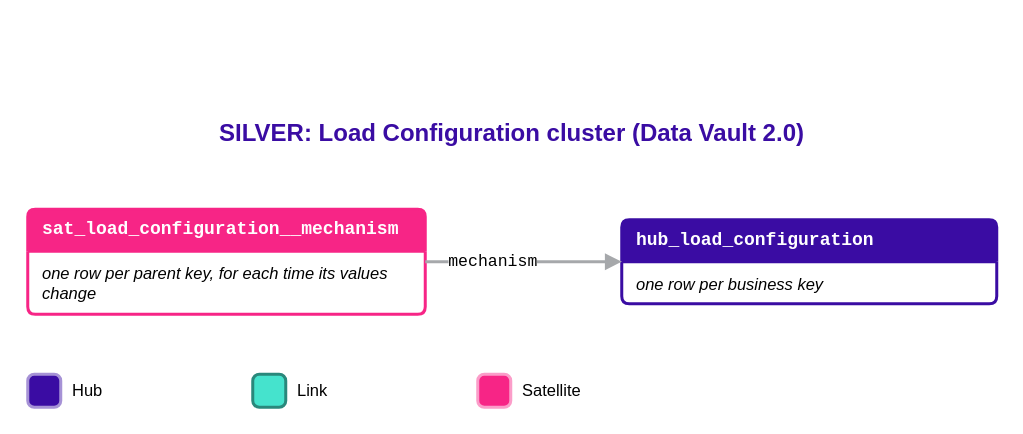
The draw.io diagram Rosetta/Business_Objects/drawio/Diagrams_Load_Configuration_Simplified.drawio in luisruizML/documents, before the edit. Source tidied: cells renumbered, new cells numbered last; positions are measured from the earlier drawing's top-left corner, leaving out a move shared by most shapes. Both pictures are drawn from the tidied source at 150%, with x=0, y=0 at pixel (27, 110).
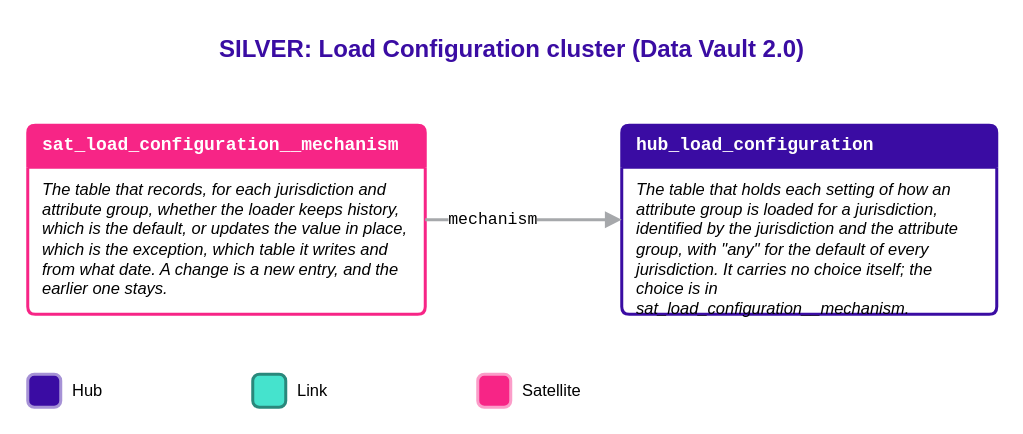
The same diagram, later.

Diff of the diagram source:
```diff
@@
 <mxGraphModel background="#FFFFFF">
   <root>
     <mxCell id="0" />
     <mxCell id="1" parent="0" />
     <mxCell id="2" value="SILVER: Load Configuration cluster (Data Vault 2.0)" style="text;html=1;whiteSpace=wrap;align=center;verticalAlign=middle;fontFamily=Mulish;fontStyle=1;fontSize=16;fontColor=#3A0CA3;" parent="1" vertex="1">
-      <mxGeometry width="646" height="30" as="geometry" />
+      <mxGeometry y="-56" width="646" height="30" as="geometry" />
     </mxCell>
     <mxCell id="3" value="hub_load_configuration" style="swimlane;html=1;whiteSpace=wrap;rounded=1;arcSize=6;startSize=28;fillColor=#3A0CA3;swimlaneFillColor=#FFFFFF;strokeColor=#3A0CA3;strokeWidth=2;fontFamily=Courier New;fontSize=12;fontStyle=1;fontColor=#FFFFFF;align=left;spacingLeft=8;" parent="1" vertex="1">
-      <mxGeometry x="396" y="73" width="250" height="56" as="geometry" />
+      <mxGeometry x="396" y="10" width="250" height="126" as="geometry" />
     </mxCell>
-    <mxCell id="4" value="one row per business key" style="text;html=1;whiteSpace=wrap;align=left;verticalAlign=top;fontFamily=Arial;fontSize=11;fontStyle=2;fontColor=#000000;spacingLeft=8;spacingRight=8;" parent="3" vertex="1">
-      <mxGeometry y="30" width="250" height="20" as="geometry" />
+    <mxCell id="4" value="The table that holds each setting of how an attribute group is loaded for a jurisdiction, identified by the jurisdiction and the attribute group, with &quot;any&quot; for the default of every jurisdiction. It carries no choice itself; the choice is in sat_load_configuration__mechanism." style="text;html=1;whiteSpace=wrap;align=left;verticalAlign=top;fontFamily=Arial;fontSize=11;fontStyle=2;fontColor=#000000;spacingLeft=8;spacingRight=8;" parent="3" vertex="1">
+      <mxGeometry y="30" width="250" height="90" as="geometry" />
     </mxCell>
     <mxCell id="5" value="sat_load_configuration__mechanism" style="swimlane;html=1;whiteSpace=wrap;rounded=1;arcSize=6;startSize=28;fillColor=#F72586;swimlaneFillColor=#FFFFFF;strokeColor=#F72586;strokeWidth=2;fontFamily=Courier New;fontSize=12;fontStyle=1;fontColor=#FFFFFF;align=left;spacingLeft=8;" parent="1" vertex="1">
-      <mxGeometry y="66" width="265" height="70" as="geometry" />
+      <mxGeometry y="10" width="265" height="126" as="geometry" />
     </mxCell>
-    <mxCell id="6" value="one row per parent key, for each time its values change" style="text;html=1;whiteSpace=wrap;align=left;verticalAlign=top;fontFamily=Arial;fontSize=11;fontStyle=2;fontColor=#000000;spacingLeft=8;spacingRight=8;" parent="5" vertex="1">
-      <mxGeometry y="30" width="265" height="34" as="geometry" />
+    <mxCell id="6" value="The table that records, for each jurisdiction and attribute group, whether the loader keeps history, which is the default, or updates the value in place, which is the exception, which table it writes and from what date. A change is a new entry, and the earlier one stays." style="text;html=1;whiteSpace=wrap;align=left;verticalAlign=top;fontFamily=Arial;fontSize=11;fontStyle=2;fontColor=#000000;spacingLeft=8;spacingRight=8;" parent="5" vertex="1">
+      <mxGeometry y="30" width="265" height="90" as="geometry" />
     </mxCell>
     <mxCell id="7" value="mechanism" style="edgeStyle=orthogonalEdgeStyle;rounded=1;jumpStyle=arc;jumpSize=8;html=1;strokeColor=#A6A8AB;strokeWidth=2;endArrow=block;endFill=1;exitX=1;exitY=0.5;exitDx=0;exitDy=0;entryX=0;entryY=0.5;entryDx=0;entryDy=0;labelBackgroundColor=#FFFFFF;fontFamily=Courier New;fontSize=11;fontColor=#000000;" parent="1" edge="1" source="5" target="3">
       <mxGeometry x="-0.32" relative="1" as="geometry" />
     </mxCell>
     <mxCell id="8" style="rounded=1;arcSize=20;fillColor=#3A0CA3;strokeColor=#A692D6;strokeWidth=2;" parent="1" vertex="1">
       <mxGeometry y="176" width="22" height="22" as="geometry" />
     </mxCell>
     <mxCell id="9" value="Hub" style="text;html=1;align=left;verticalAlign=middle;fontFamily=Arial;fontSize=11;fontColor=#000000;" parent="1" vertex="1">
       <mxGeometry x="28" y="176" width="110" height="22" as="geometry" />
     </mxCell>
     <mxCell id="10" style="rounded=1;arcSize=20;fillColor=#45E3CD;strokeColor=#29887B;strokeWidth=2;" parent="1" vertex="1">
       <mxGeometry x="150" y="176" width="22" height="22" as="geometry" />
     </mxCell>
     <mxCell id="11" value="Link" style="text;html=1;align=left;verticalAlign=middle;fontFamily=Arial;fontSize=11;fontColor=#000000;" parent="1" vertex="1">
       <mxGeometry x="178" y="176" width="110" height="22" as="geometry" />
     </mxCell>
     <mxCell id="12" style="rounded=1;arcSize=20;fillColor=#F72586;strokeColor=#FB9DC9;strokeWidth=2;" parent="1" vertex="1">
       <mxGeometry x="300" y="176" width="22" height="22" as="geometry" />
     </mxCell>
     <mxCell id="13" value="Satellite" style="text;html=1;align=left;verticalAlign=middle;fontFamily=Arial;fontSize=11;fontColor=#000000;" parent="1" vertex="1">
       <mxGeometry x="328" y="176" width="110" height="22" as="geometry" />
     </mxCell>
   </root>
 </mxGraphModel>
```
